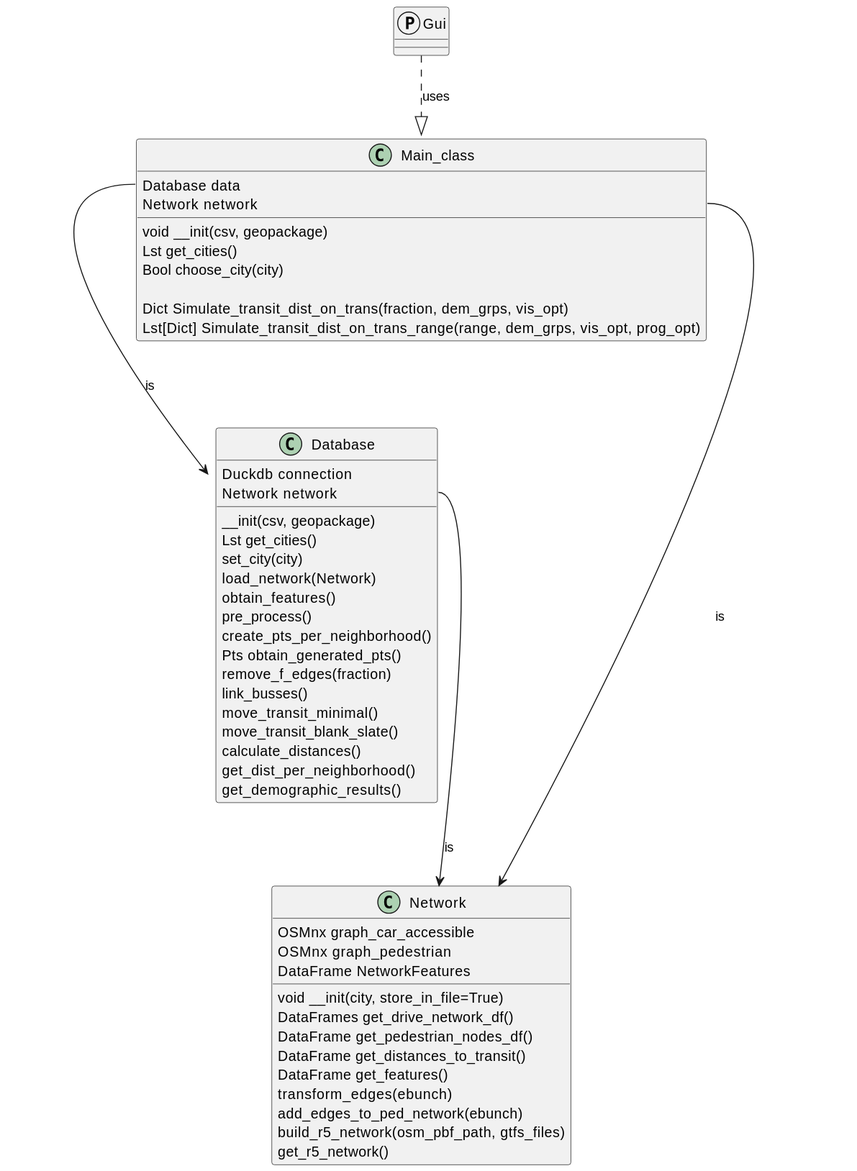
Before: Project-Overview/Design/Outer_design/UML.svg, a diagram exported from PlantUML (Tobias0107/STDAP).
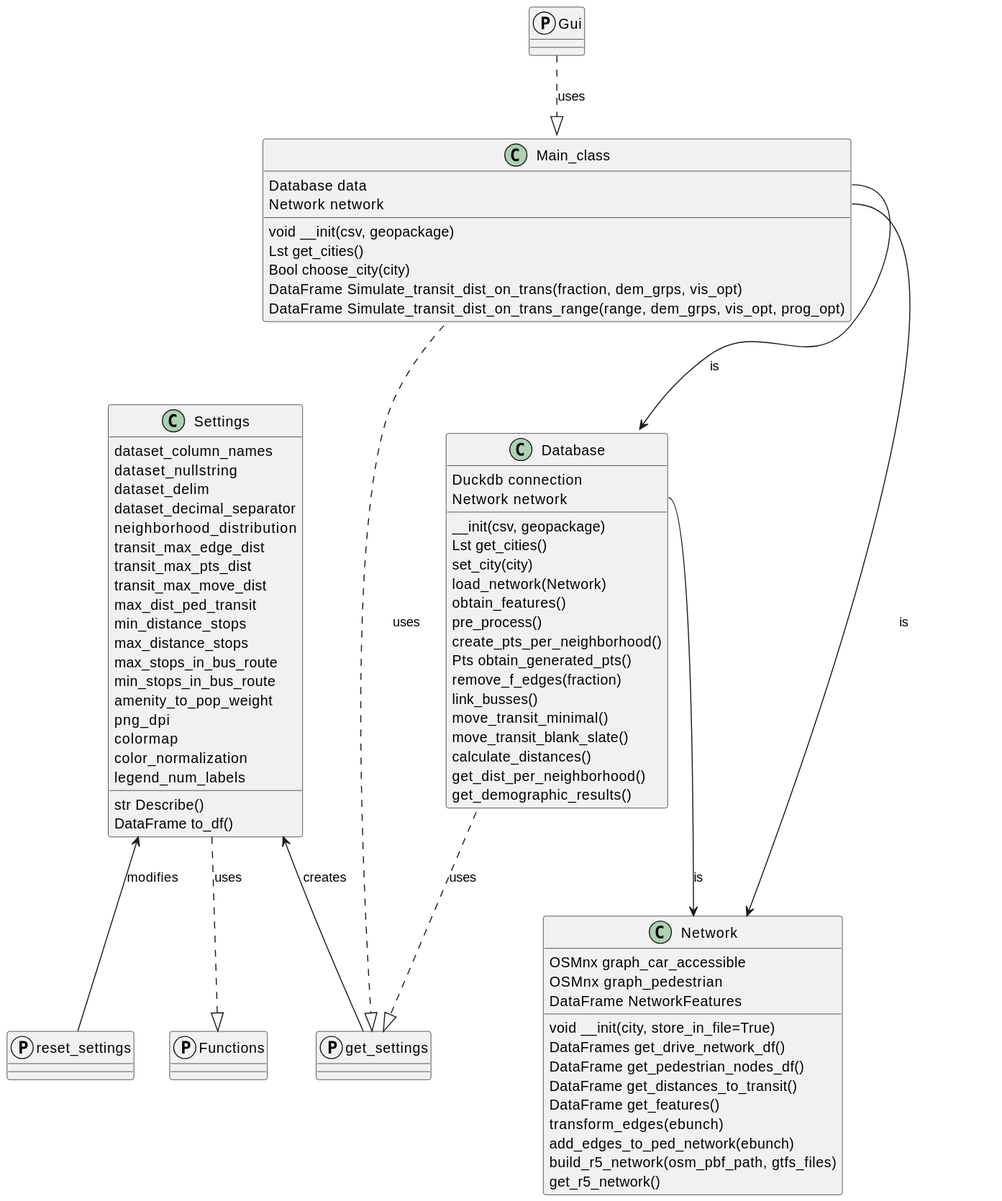
Above is the later version.

Diff of the diagram source:
```diff
@@ -6,9 +6,8 @@
     void __init(csv, geopackage)
     Lst get_cities()
     Bool choose_city(city)
-
-    Dict Simulate_transit_dist_on_trans(fraction, dem_grps, vis_opt)
-    Lst[Dict] Simulate_transit_dist_on_trans_range(range, dem_grps, vis_opt, prog_opt)
+    DataFrame Simulate_transit_dist_on_trans(fraction, dem_grps, vis_opt)
+    DataFrame Simulate_transit_dist_on_trans_range(range, dem_grps, vis_opt, prog_opt)
 }
 
 class Database {
@@ -47,10 +46,44 @@
     get_r5_network()
 }
 
+class Settings {
+    dataset_column_names
+    dataset_nullstring
+    dataset_delim
+    dataset_decimal_separator
+    neighborhood_distribution
+    transit_max_edge_dist
+    transit_max_pts_dist
+    transit_max_move_dist
+    max_dist_ped_transit
+    min_distance_stops
+    max_distance_stops
+    max_stops_in_bus_route
+    min_stops_in_bus_route
+    amenity_to_pop_weight
+    png_dpi
+    colormap
+    color_normalization
+    legend_num_labels
+
+    str Describe()
+    DataFrame to_df()
+}
+
+protocol Functions
+protocol get_settings
+protocol reset_settings
+
 protocol Gui
 
 Main_class::data --> Database : is
 Main_class::network --> Network : is
+Main_class ..|> get_settings : uses
+Database ..|> get_settings : uses
+Settings ..|> Functions : uses
+Settings <-- get_settings : creates
+Settings <-- reset_settings : modifies
+
 Database::network --> Network : is
 
 Gui ..|> Main_class : uses
```
